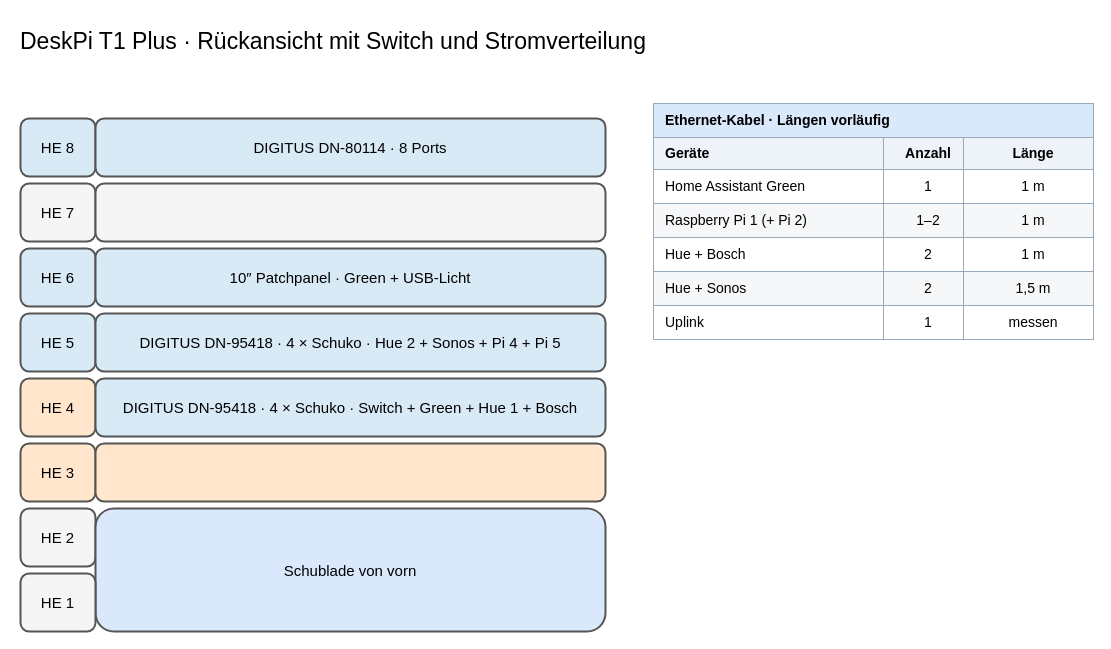
tiptronic/diagrams keeps this draw.io diagram as page "DeskPi 8 HE – Rückseite" (3 of 7) of 10-zoll-rack-planung.drawio. Above is the earlier version. Source tidied: cells renumbered, new cells numbered last; positions are measured from the earlier drawing's top-left corner, leaving out a move shared by most shapes. Both pictures are drawn from the tidied source at 100%, with x=0, y=0 at pixel (18, 18).
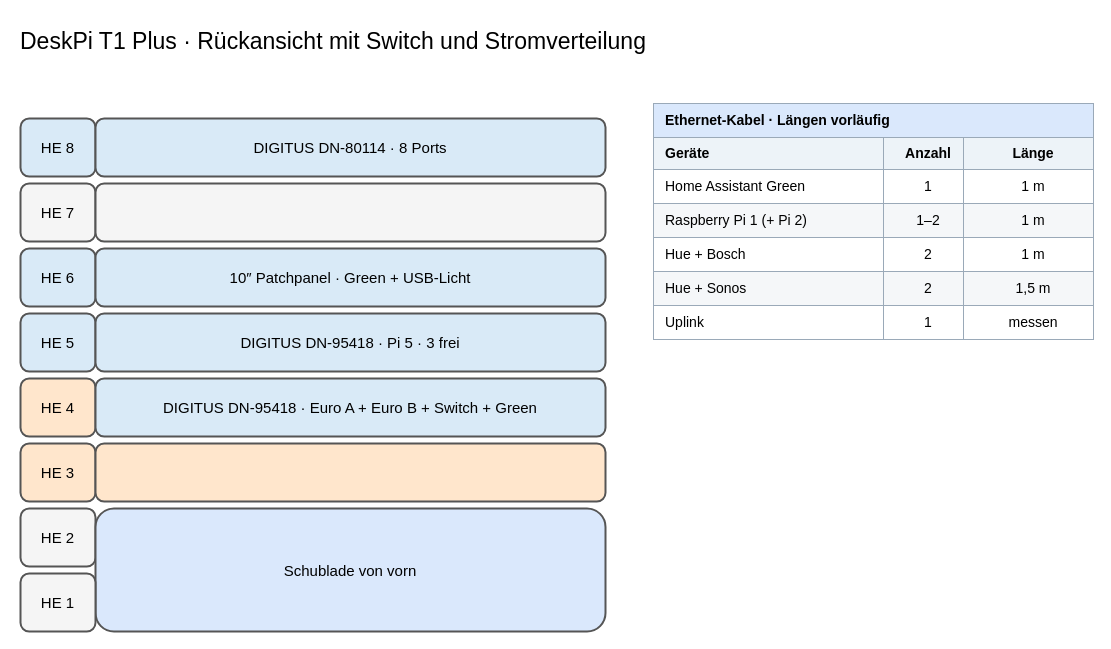
The same page after the edit.

Change to the diagram source:
```diff
@@
-    <mxCell id="10" value="DIGITUS DN-95418 · 4 × Schuko · Hue 2 + Sonos + Pi 4 + Pi 5" style="rounded=1;whiteSpace=wrap;html=1;align=center;verticalAlign=middle;strokeWidth=2;fontSize=15;fillColor=#d9eaf7;strokeColor=#555555;" parent="1" vertex="1">
+    <mxCell id="10" value="DIGITUS DN-95418 · Pi 5 · 3 frei" style="rounded=1;whiteSpace=wrap;html=1;align=center;verticalAlign=middle;strokeWidth=2;fontSize=15;fillColor=#d9eaf7;strokeColor=#555555;" parent="1" vertex="1">
       <mxGeometry x="77" y="295" width="510" height="58" as="geometry" />
     </mxCell>
@@
-    <mxCell id="12" value="DIGITUS DN-95418 · 4 × Schuko · Switch + Green + Hue 1 + Bosch" style="rounded=1;whiteSpace=wrap;html=1;align=center;verticalAlign=middle;strokeWidth=2;fontSize=15;fillColor=#d9eaf7;strokeColor=#555555;" parent="1" vertex="1">
+    <mxCell id="12" value="DIGITUS DN-95418 · Euro A + Euro B + Switch + Green" style="rounded=1;whiteSpace=wrap;html=1;align=center;verticalAlign=middle;strokeWidth=2;fontSize=15;fillColor=#d9eaf7;strokeColor=#555555;" parent="1" vertex="1">
       <mxGeometry x="77" y="360" width="510" height="58" as="geometry" />
     </mxCell>
```
